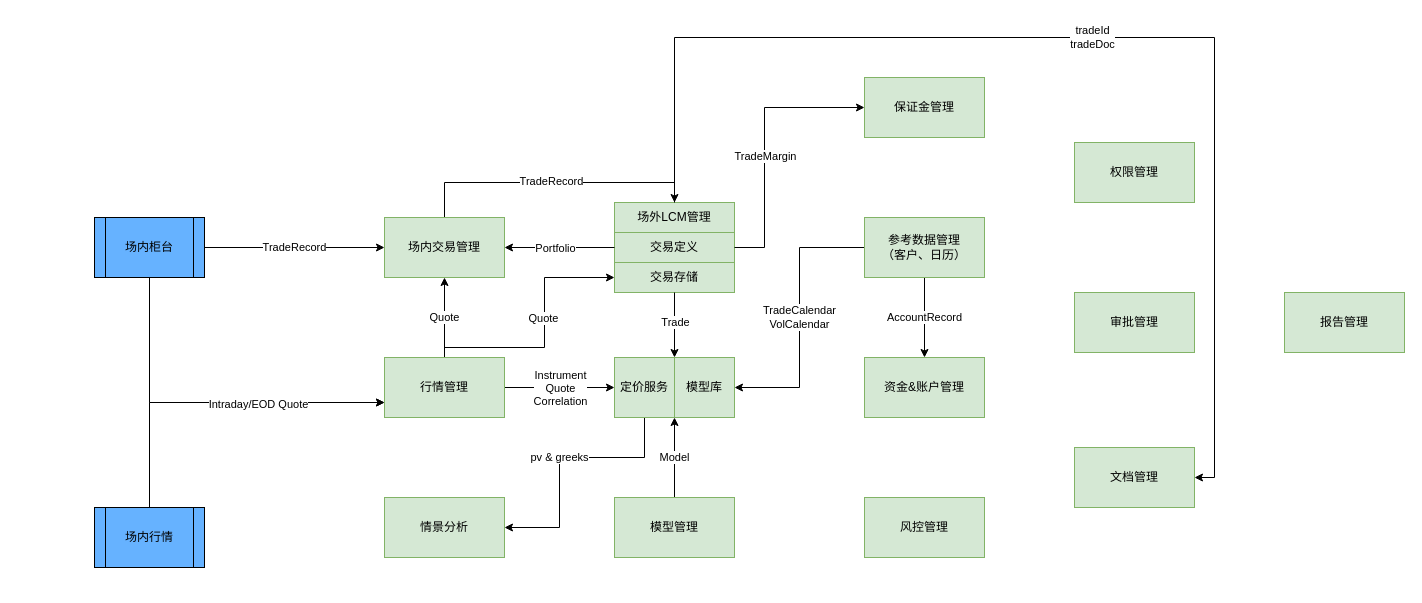
Before: page "Page-4" (4 of 4) of Untitled Diagram.drawio in blshao84/VaRReportingSys, a draw.io diagram. Source tidied: cells renumbered, new cells numbered last; positions are measured from the earlier drawing's top-left corner, leaving out a move shared by most shapes. Both pictures are drawn from the tidied source at 100%, with x=0, y=0 at pixel (94, 37).
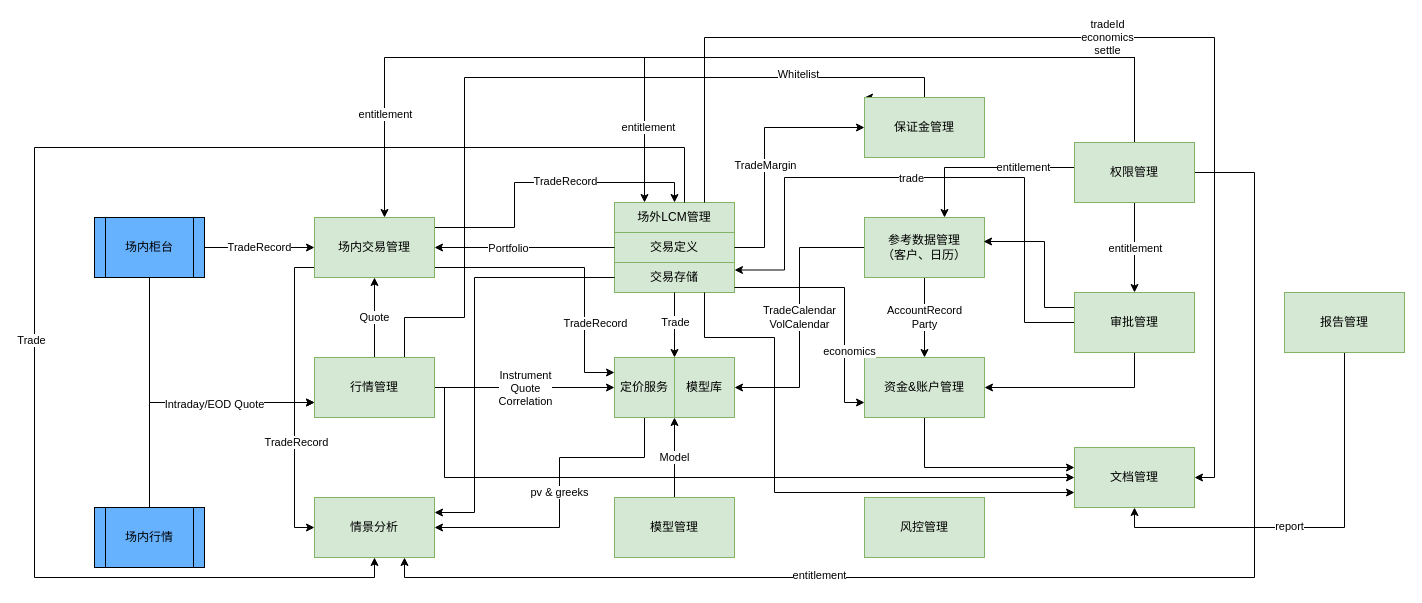
After the change.

The change refers to these unchanged cells:
```xml
<mxCell id="3" value="定价服务" style="rounded=0;whiteSpace=wrap;html=1;fillColor=#d5e8d4;strokeColor=#82b366;" parent="1" vertex="1">
  <mxGeometry x="520" y="320" width="60" height="60" as="geometry" />
</mxCell>
<mxCell id="18" value="&lt;span&gt;场外LCM管理&lt;/span&gt;" style="rounded=0;whiteSpace=wrap;html=1;fillColor=#d5e8d4;strokeColor=#82b366;" parent="17" vertex="1">
  <mxGeometry width="120" height="30" as="geometry" />
</mxCell>
<mxCell id="19" value="&lt;span&gt;交易定义&lt;/span&gt;" style="rounded=0;whiteSpace=wrap;html=1;fillColor=#d5e8d4;strokeColor=#82b366;" parent="17" vertex="1">
  <mxGeometry y="30" width="120" height="30" as="geometry" />
</mxCell>
<mxCell id="20" value="&lt;span&gt;交易存储&lt;/span&gt;" style="rounded=0;whiteSpace=wrap;html=1;fillColor=#d5e8d4;strokeColor=#82b366;" parent="17" vertex="1">
  <mxGeometry y="60" width="120" height="30" as="geometry" />
</mxCell>
<mxCell id="23" value="参考数据管理&lt;br&gt;（客户、日历）" style="rounded=0;whiteSpace=wrap;html=1;fillColor=#d5e8d4;strokeColor=#82b366;" parent="1" vertex="1">
  <mxGeometry x="770" y="180" width="120" height="60" as="geometry" />
</mxCell>
<mxCell id="24" value="资金&amp;amp;账户管理" style="rounded=0;whiteSpace=wrap;html=1;fillColor=#d5e8d4;strokeColor=#82b366;" parent="1" vertex="1">
  <mxGeometry x="770" y="320" width="120" height="60" as="geometry" />
</mxCell>
<mxCell id="28" value="权限管理" style="rounded=0;whiteSpace=wrap;html=1;fillColor=#d5e8d4;strokeColor=#82b366;" parent="1" vertex="1">
  <mxGeometry x="980" y="105" width="120" height="60" as="geometry" />
</mxCell>
<mxCell id="29" value="审批管理" style="rounded=0;whiteSpace=wrap;html=1;fillColor=#d5e8d4;strokeColor=#82b366;" parent="1" vertex="1">
  <mxGeometry x="980" y="255" width="120" height="60" as="geometry" />
</mxCell>
<mxCell id="30" value="文档管理" style="rounded=0;whiteSpace=wrap;html=1;fillColor=#d5e8d4;strokeColor=#82b366;" parent="1" vertex="1">
  <mxGeometry x="980" y="410" width="120" height="60" as="geometry" />
</mxCell>
<mxCell id="31" value="报告管理" style="rounded=0;whiteSpace=wrap;html=1;fillColor=#d5e8d4;strokeColor=#82b366;" parent="1" vertex="1">
  <mxGeometry x="1190" y="255" width="120" height="60" as="geometry" />
</mxCell>
```

What changed in the source:
```diff
@@
-    <mxCell id="10" style="edgeStyle=orthogonalEdgeStyle;rounded=0;jettySize=auto;html=1;entryX=0;entryY=0.5;entryDx=0;entryDy=0;" parent="1" edge="1" target="20">
-      <mxGeometry relative="1" as="geometry">
-        <mxPoint x="350" y="300" as="sourcePoint" />
-        <Array as="points">
-          <mxPoint x="350" y="310" />
-          <mxPoint x="450" y="310" />
-          <mxPoint x="450" y="240" />
-        </Array>
-      </mxGeometry>
-    </mxCell>
-    <mxCell id="11" value="Quote" style="edgeLabel;html=1;align=center;verticalAlign=middle;" parent="10" vertex="1">
-      <mxGeometry x="-0.04" y="1" relative="1" as="geometry">
-        <mxPoint x="-1" y="-20" as="offset" />
-      </mxGeometry>
-    </mxCell>
+    <mxCell id="45" style="edgeStyle=orthogonalEdgeStyle;rounded=0;jettySize=auto;html=1;entryX=0;entryY=0.5;entryDx=0;entryDy=0;" parent="1" edge="1" source="12" target="30">
+      <mxGeometry relative="1" as="geometry">
+        <Array as="points">
+          <mxPoint x="350" y="440" />
+        </Array>
+      </mxGeometry>
+    </mxCell>
+    <mxCell id="46" style="edgeStyle=orthogonalEdgeStyle;rounded=0;jettySize=auto;html=1;exitX=0.75;exitY=0;exitDx=0;exitDy=0;entryX=0;entryY=0;entryDx=0;entryDy=0;" parent="1" edge="1" source="12" target="25">
+      <mxGeometry relative="1" as="geometry">
+        <Array as="points">
+          <mxPoint x="310" y="280" />
+          <mxPoint x="370" y="280" />
+          <mxPoint x="370" y="40" />
+          <mxPoint x="830" y="40" />
+          <mxPoint x="830" y="60" />
+        </Array>
+      </mxGeometry>
+    </mxCell>
+    <mxCell id="47" value="Whitelist" style="edgeLabel;html=1;align=center;verticalAlign=middle;" parent="46" vertex="1">
+      <mxGeometry x="0.53" y="4" relative="1" as="geometry" />
+    </mxCell>
     <mxCell id="12" value="行情管理" style="rounded=0;whiteSpace=wrap;html=1;fillColor=#d5e8d4;strokeColor=#82b366;" parent="1" vertex="1">
-      <mxGeometry x="290" y="320" width="120" height="60" as="geometry" />
+      <mxGeometry x="220" y="320" width="120" height="60" as="geometry" />
     </mxCell>
     <mxCell id="13" style="edgeStyle=orthogonalEdgeStyle;rounded=0;jettySize=auto;html=1;entryX=0.5;entryY=0;entryDx=0;entryDy=0;" parent="1" edge="1" source="15" target="18">
       <mxGeometry relative="1" as="geometry">
         <Array as="points">
-          <mxPoint x="350" y="145" />
+          <mxPoint x="420" y="190" />
+          <mxPoint x="420" y="145" />
           <mxPoint x="580" y="145" />
         </Array>
       </mxGeometry>
     </mxCell>
     <mxCell id="14" value="TradeRecord" style="edgeLabel;html=1;align=center;verticalAlign=middle;" parent="13" vertex="1">
-      <mxGeometry x="-0.01" y="2" relative="1" as="geometry" />
+      <mxGeometry x="-0.01" y="2" relative="1" as="geometry">
+        <mxPoint x="24" as="offset" />
+      </mxGeometry>
     </mxCell>
+    <mxCell id="48" style="edgeStyle=orthogonalEdgeStyle;rounded=0;jettySize=auto;html=1;entryX=0;entryY=0.25;entryDx=0;entryDy=0;" parent="1" edge="1" source="15" target="3">
+      <mxGeometry relative="1" as="geometry">
+        <Array as="points">
+          <mxPoint x="490" y="230" />
+          <mxPoint x="490" y="335" />
+        </Array>
+      </mxGeometry>
+    </mxCell>
+    <mxCell id="49" value="TradeRecord" style="edgeLabel;html=1;align=center;verticalAlign=middle;" parent="48" vertex="1">
+      <mxGeometry x="0.45" relative="1" as="geometry">
+        <mxPoint x="10" y="-2" as="offset" />
+      </mxGeometry>
+    </mxCell>
+    <mxCell id="50" style="edgeStyle=orthogonalEdgeStyle;rounded=0;jettySize=auto;html=1;entryX=0;entryY=0.5;entryDx=0;entryDy=0;" parent="1" edge="1" source="15" target="26">
+      <mxGeometry relative="1" as="geometry">
+        <Array as="points">
+          <mxPoint x="200" y="230" />
+          <mxPoint x="200" y="490" />
+        </Array>
+      </mxGeometry>
+    </mxCell>
+    <mxCell id="51" value="TradeRecord" style="edgeLabel;html=1;align=center;verticalAlign=middle;" parent="50" vertex="1">
+      <mxGeometry x="0.29" y="1" relative="1" as="geometry" />
+    </mxCell>
     <mxCell id="15" value="场内交易管理" style="rounded=0;whiteSpace=wrap;html=1;fillColor=#d5e8d4;strokeColor=#82b366;" parent="1" vertex="1">
-      <mxGeometry x="290" y="180" width="120" height="60" as="geometry" />
+      <mxGeometry x="220" y="180" width="120" height="60" as="geometry" />
     </mxCell>
@@
-    <mxCell id="21" value="AccountRecord" style="edgeStyle=orthogonalEdgeStyle;rounded=0;jettySize=auto;html=1;entryX=0.5;entryY=0;entryDx=0;entryDy=0;" parent="1" edge="1" source="23" target="24">
+    <mxCell id="21" value="AccountRecord&lt;br&gt;Party" style="edgeStyle=orthogonalEdgeStyle;rounded=0;jettySize=auto;html=1;entryX=0.5;entryY=0;entryDx=0;entryDy=0;" parent="1" edge="1" source="23" target="24">
       <mxGeometry relative="1" as="geometry" />
     </mxCell>
@@
+    <mxCell id="52" style="edgeStyle=orthogonalEdgeStyle;rounded=0;jettySize=auto;html=1;" parent="1" edge="1" source="24" target="30">
+      <mxGeometry relative="1" as="geometry">
+        <Array as="points">
+          <mxPoint x="830" y="430" />
+        </Array>
+      </mxGeometry>
+    </mxCell>
@@
     <mxCell id="25" value="保证金管理" style="rounded=0;whiteSpace=wrap;html=1;fillColor=#d5e8d4;strokeColor=#82b366;" parent="1" vertex="1">
-      <mxGeometry x="770" y="40" width="120" height="60" as="geometry" />
+      <mxGeometry x="770" y="60" width="120" height="60" as="geometry" />
     </mxCell>
     <mxCell id="26" value="情景分析" style="rounded=0;whiteSpace=wrap;html=1;fillColor=#d5e8d4;strokeColor=#82b366;" parent="1" vertex="1">
-      <mxGeometry x="290" y="460" width="120" height="60" as="geometry" />
+      <mxGeometry x="220" y="460" width="120" height="60" as="geometry" />
     </mxCell>
@@
+    <mxCell id="53" style="edgeStyle=orthogonalEdgeStyle;rounded=0;jettySize=auto;html=1;entryX=0.5;entryY=0;entryDx=0;entryDy=0;" parent="1" edge="1" source="28" target="29">
+      <mxGeometry relative="1" as="geometry" />
+    </mxCell>
+    <mxCell id="54" value="entitlement" style="edgeLabel;html=1;align=center;verticalAlign=middle;" parent="53" vertex="1">
+      <mxGeometry relative="1" as="geometry" />
+    </mxCell>
+    <mxCell id="55" style="edgeStyle=orthogonalEdgeStyle;rounded=0;jettySize=auto;html=1;" parent="1" edge="1" source="28" target="15">
+      <mxGeometry relative="1" as="geometry">
+        <Array as="points">
+          <mxPoint x="1040" y="20" />
+          <mxPoint x="290" y="20" />
+        </Array>
+      </mxGeometry>
+    </mxCell>
+    <mxCell id="56" value="entitlement" style="edgeLabel;html=1;align=center;verticalAlign=middle;" parent="55" vertex="1">
+      <mxGeometry x="0.79" relative="1" as="geometry" />
+    </mxCell>
+    <mxCell id="57" style="edgeStyle=orthogonalEdgeStyle;rounded=0;jettySize=auto;html=1;entryX=0.25;entryY=0;entryDx=0;entryDy=0;" parent="1" edge="1" source="28" target="18">
+      <mxGeometry relative="1" as="geometry">
+        <Array as="points">
+          <mxPoint x="1040" y="20" />
+          <mxPoint x="550" y="20" />
+        </Array>
+      </mxGeometry>
+    </mxCell>
+    <mxCell id="58" value="entitlement" style="edgeLabel;html=1;align=center;verticalAlign=middle;" parent="57" vertex="1">
+      <mxGeometry x="0.79" y="3" relative="1" as="geometry" />
+    </mxCell>
+    <mxCell id="59" style="edgeStyle=orthogonalEdgeStyle;rounded=0;jettySize=auto;html=1;entryX=0.75;entryY=0;entryDx=0;entryDy=0;exitX=0;exitY=0.4;exitDx=0;exitDy=0;exitPerimeter=0;" parent="1" edge="1" source="28">
+      <mxGeometry relative="1" as="geometry">
+        <mxPoint x="850" y="180" as="targetPoint" />
+        <Array as="points">
+          <mxPoint x="980" y="130" />
+          <mxPoint x="850" y="130" />
+        </Array>
+      </mxGeometry>
+    </mxCell>
+    <mxCell id="60" value="entitlement" style="edgeLabel;html=1;align=center;verticalAlign=middle;" parent="59" vertex="1">
+      <mxGeometry x="-0.56" y="-1" relative="1" as="geometry">
+        <mxPoint x="-13" as="offset" />
+      </mxGeometry>
+    </mxCell>
+    <mxCell id="61" style="edgeStyle=orthogonalEdgeStyle;rounded=0;jettySize=auto;html=1;entryX=0.75;entryY=1;entryDx=0;entryDy=0;" parent="1" edge="1" source="28" target="26">
+      <mxGeometry relative="1" as="geometry">
+        <Array as="points">
+          <mxPoint x="1160" y="135" />
+          <mxPoint x="1160" y="540" />
+          <mxPoint x="310" y="540" />
+        </Array>
+      </mxGeometry>
+    </mxCell>
+    <mxCell id="62" value="entitlement" style="edgeLabel;html=1;align=center;verticalAlign=middle;" parent="61" vertex="1">
+      <mxGeometry x="0.35" y="-3" relative="1" as="geometry" />
+    </mxCell>
@@
+    <mxCell id="63" style="edgeStyle=orthogonalEdgeStyle;rounded=0;jettySize=auto;html=1;entryX=1;entryY=0.25;entryDx=0;entryDy=0;" parent="1" edge="1" source="29" target="20">
+      <mxGeometry relative="1" as="geometry">
+        <Array as="points">
+          <mxPoint x="930" y="285" />
+          <mxPoint x="930" y="140" />
+          <mxPoint x="690" y="140" />
+          <mxPoint x="690" y="233" />
+        </Array>
+      </mxGeometry>
+    </mxCell>
+    <mxCell id="64" value="trade" style="edgeLabel;html=1;align=center;verticalAlign=middle;" parent="63" vertex="1">
+      <mxGeometry x="0.07" relative="1" as="geometry" />
+    </mxCell>
+    <mxCell id="65" style="edgeStyle=orthogonalEdgeStyle;rounded=0;jettySize=auto;html=1;entryX=1;entryY=0.5;entryDx=0;entryDy=0;" parent="1" edge="1" source="29" target="24">
+      <mxGeometry relative="1" as="geometry">
+        <Array as="points">
+          <mxPoint x="1040" y="350" />
+        </Array>
+      </mxGeometry>
+    </mxCell>
+    <mxCell id="66" style="edgeStyle=orthogonalEdgeStyle;rounded=0;jettySize=auto;html=1;entryX=0.992;entryY=0.4;entryDx=0;entryDy=0;entryPerimeter=0;" parent="1" edge="1" source="29" target="23">
+      <mxGeometry relative="1" as="geometry">
+        <Array as="points">
+          <mxPoint x="950" y="270" />
+          <mxPoint x="950" y="204" />
+        </Array>
+      </mxGeometry>
+    </mxCell>
@@
+    <mxCell id="67" style="edgeStyle=orthogonalEdgeStyle;rounded=0;jettySize=auto;html=1;entryX=0.5;entryY=1;entryDx=0;entryDy=0;" parent="1" edge="1" source="31" target="30">
+      <mxGeometry relative="1" as="geometry">
+        <Array as="points">
+          <mxPoint x="1250" y="490" />
+          <mxPoint x="1040" y="490" />
+        </Array>
+      </mxGeometry>
+    </mxCell>
+    <mxCell id="68" value="report" style="edgeLabel;html=1;align=center;verticalAlign=middle;" parent="67" vertex="1">
+      <mxGeometry x="0.14" y="-2" relative="1" as="geometry" />
+    </mxCell>
@@
     <mxCell id="42" style="edgeStyle=orthogonalEdgeStyle;rounded=0;jettySize=auto;html=1;entryX=0;entryY=0.5;entryDx=0;entryDy=0;" parent="1" edge="1" source="19" target="25">
       <mxGeometry relative="1" as="geometry">
         <Array as="points">
           <mxPoint x="670" y="210" />
-          <mxPoint x="670" y="70" />
+          <mxPoint x="670" y="90" />
         </Array>
       </mxGeometry>
     </mxCell>
@@
-    <mxCell id="44" value="tradeId&lt;br&gt;tradeDoc" style="edgeStyle=orthogonalEdgeStyle;rounded=0;jettySize=auto;html=1;entryX=1;entryY=0.5;entryDx=0;entryDy=0;" parent="1" edge="1" source="18" target="30">
+    <mxCell id="44" value="tradeId&lt;br&gt;economics&lt;br&gt;settle" style="edgeStyle=orthogonalEdgeStyle;rounded=0;jettySize=auto;html=1;entryX=1;entryY=0.5;entryDx=0;entryDy=0;" parent="1" edge="1" source="18" target="30">
       <mxGeometry relative="1" as="geometry">
         <Array as="points">
-          <mxPoint x="580" />
+          <mxPoint x="610" />
           <mxPoint x="1120" />
           <mxPoint x="1120" y="440" />
         </Array>
       </mxGeometry>
     </mxCell>
+    <mxCell id="69" style="edgeStyle=orthogonalEdgeStyle;rounded=0;jettySize=auto;html=1;entryX=0;entryY=0.75;entryDx=0;entryDy=0;" parent="1" edge="1" source="20" target="24">
+      <mxGeometry relative="1" as="geometry">
+        <Array as="points">
+          <mxPoint x="750" y="250" />
+          <mxPoint x="750" y="365" />
+        </Array>
+      </mxGeometry>
+    </mxCell>
+    <mxCell id="70" value="economics" style="edgeLabel;html=1;align=center;verticalAlign=middle;" parent="69" vertex="1">
+      <mxGeometry x="0.46" y="1" relative="1" as="geometry">
+        <mxPoint x="3" y="-6" as="offset" />
+      </mxGeometry>
+    </mxCell>
+    <mxCell id="71" style="edgeStyle=orthogonalEdgeStyle;rounded=0;jettySize=auto;html=1;exitX=0.75;exitY=1;exitDx=0;exitDy=0;entryX=0;entryY=0.75;entryDx=0;entryDy=0;" parent="1" edge="1" source="20" target="30">
+      <mxGeometry relative="1" as="geometry">
+        <Array as="points">
+          <mxPoint x="610" y="300" />
+          <mxPoint x="680" y="300" />
+          <mxPoint x="680" y="455" />
+        </Array>
+      </mxGeometry>
+    </mxCell>
+    <mxCell id="72" style="edgeStyle=orthogonalEdgeStyle;rounded=0;jettySize=auto;html=1;entryX=1;entryY=0.25;entryDx=0;entryDy=0;" parent="1" edge="1" source="20" target="26">
+      <mxGeometry relative="1" as="geometry">
+        <Array as="points">
+          <mxPoint x="380" y="240" />
+          <mxPoint x="380" y="475" />
+        </Array>
+      </mxGeometry>
+    </mxCell>
+    <mxCell id="73" style="edgeStyle=orthogonalEdgeStyle;rounded=0;jettySize=auto;html=1;entryX=0.5;entryY=1;entryDx=0;entryDy=0;" parent="1" edge="1" source="18" target="26">
+      <mxGeometry relative="1" as="geometry">
+        <Array as="points">
+          <mxPoint x="590" y="110" />
+          <mxPoint x="-60" y="110" />
+          <mxPoint x="-60" y="540" />
+          <mxPoint x="280" y="540" />
+        </Array>
+      </mxGeometry>
+    </mxCell>
+    <mxCell id="74" value="Trade" style="edgeLabel;html=1;align=center;verticalAlign=middle;" parent="73" vertex="1">
+      <mxGeometry x="0.2" y="-4" relative="1" as="geometry" />
+    </mxCell>
```
